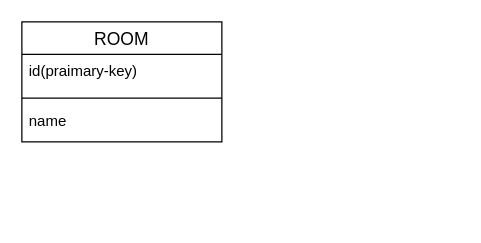
sintaro-katuta/FocusRoom keeps this draw.io diagram as focus-room/名称未設定ファイル.drawio. Above is the earlier version. Source tidied: cells renumbered, new cells numbered last; positions are measured from the earlier drawing's top-left corner, leaving out a move shared by most shapes. Both pictures are drawn from the tidied source at 125%, with x=0, y=0 at pixel (21, 21).
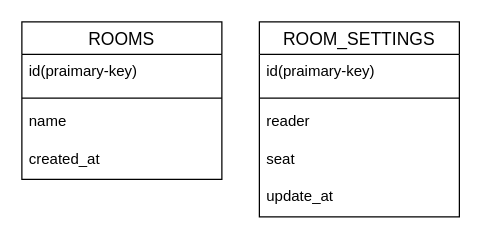
The same diagram, later.

Commit message:
room_settingsを追加

The edit, as a diff of the source:
```diff
@@
 <mxGraphModel>
   <root>
     <mxCell id="0" />
     <mxCell id="1" parent="0" />
-    <mxCell id="2" value="ROOM" style="swimlane;fontStyle=0;horizontal=1;startSize=26;align=center;fontSize=14;" parent="1" vertex="1">
-      <mxGeometry width="160" height="96" as="geometry" />
+    <mxCell id="2" value="ROOMS" style="swimlane;fontStyle=0;horizontal=1;startSize=26;align=center;fontSize=14;" parent="1" vertex="1">
+      <mxGeometry width="160" height="126" as="geometry" />
     </mxCell>
     <mxCell id="3" value="id(praimary-key)" style="text;strokeColor=none;fillColor=none;spacingLeft=4;spacingRight=4;overflow=hidden;fontSize=12;whiteSpace=wrap;html=1;" parent="2" vertex="1">
       <mxGeometry y="26" width="160" height="30" as="geometry" />
     </mxCell>
     <mxCell id="4" style="line;strokeWidth=1;dashed=0;labelPosition=right;align=left;verticalAlign=middle;spacingTop=0;spacingLeft=6;" parent="2" vertex="1">
       <mxGeometry y="56" width="160" height="10" as="geometry" />
     </mxCell>
     <mxCell id="5" value="name" style="text;strokeColor=none;fillColor=none;spacingLeft=4;spacingRight=4;overflow=hidden;fontSize=12;whiteSpace=wrap;html=1;" parent="2" vertex="1">
       <mxGeometry y="66" width="160" height="30" as="geometry" />
     </mxCell>
+    <mxCell id="6" value="created_at" style="text;strokeColor=none;fillColor=none;spacingLeft=4;spacingRight=4;overflow=hidden;fontSize=12;" parent="2" vertex="1">
+      <mxGeometry y="96" width="160" height="30" as="geometry" />
+    </mxCell>
+    <mxCell id="7" value="ROOM_SETTINGS" style="swimlane;fontStyle=0;horizontal=1;startSize=26;align=center;fontSize=14;" parent="1" vertex="1">
+      <mxGeometry x="190" width="160" height="156" as="geometry" />
+    </mxCell>
+    <mxCell id="8" value="id(praimary-key)" style="text;strokeColor=none;fillColor=none;spacingLeft=4;spacingRight=4;overflow=hidden;fontSize=12;whiteSpace=wrap;html=1;" parent="7" vertex="1">
+      <mxGeometry y="26" width="160" height="30" as="geometry" />
+    </mxCell>
+    <mxCell id="9" style="line;strokeWidth=1;dashed=0;labelPosition=right;align=left;verticalAlign=middle;spacingTop=0;spacingLeft=6;" parent="7" vertex="1">
+      <mxGeometry y="56" width="160" height="10" as="geometry" />
+    </mxCell>
+    <mxCell id="10" value="reader" style="text;strokeColor=none;fillColor=none;spacingLeft=4;spacingRight=4;overflow=hidden;fontSize=12;whiteSpace=wrap;html=1;" parent="7" vertex="1">
+      <mxGeometry y="66" width="160" height="30" as="geometry" />
+    </mxCell>
+    <mxCell id="11" value="seat" style="text;strokeColor=none;fillColor=none;spacingLeft=4;spacingRight=4;overflow=hidden;fontSize=12;" parent="7" vertex="1">
+      <mxGeometry y="96" width="160" height="30" as="geometry" />
+    </mxCell>
+    <mxCell id="12" value="update_at" style="text;strokeColor=none;fillColor=none;spacingLeft=4;spacingRight=4;overflow=hidden;fontSize=12;" parent="7" vertex="1">
+      <mxGeometry y="126" width="160" height="30" as="geometry" />
+    </mxCell>
   </root>
 </mxGraphModel>
```
